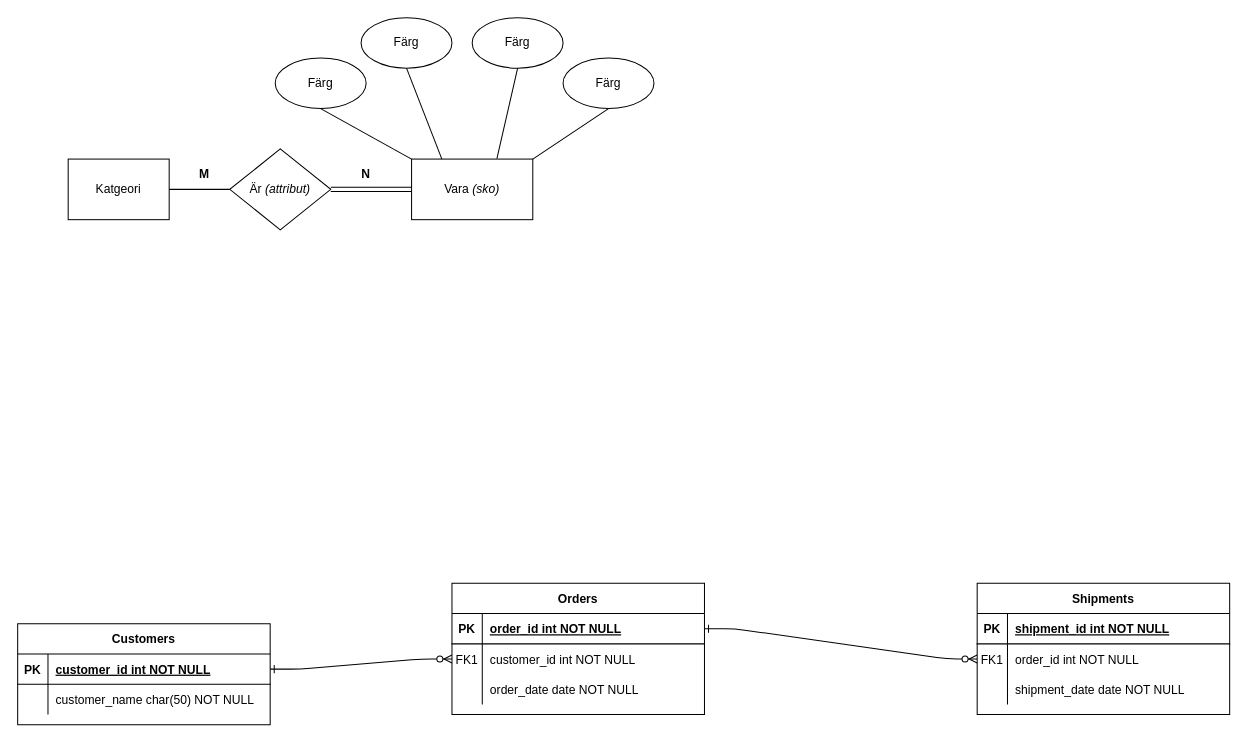
Earlier version of the draw.io diagram Untitled Diagram.drawio (Sondaicus/FP-Uppgift_1). Source tidied: cells renumbered, new cells numbered last; positions are measured from the earlier drawing's top-left corner, leaving out a move shared by most shapes. Both pictures are drawn from the tidied source at 101%, with x=0, y=0 at pixel (17, 17).
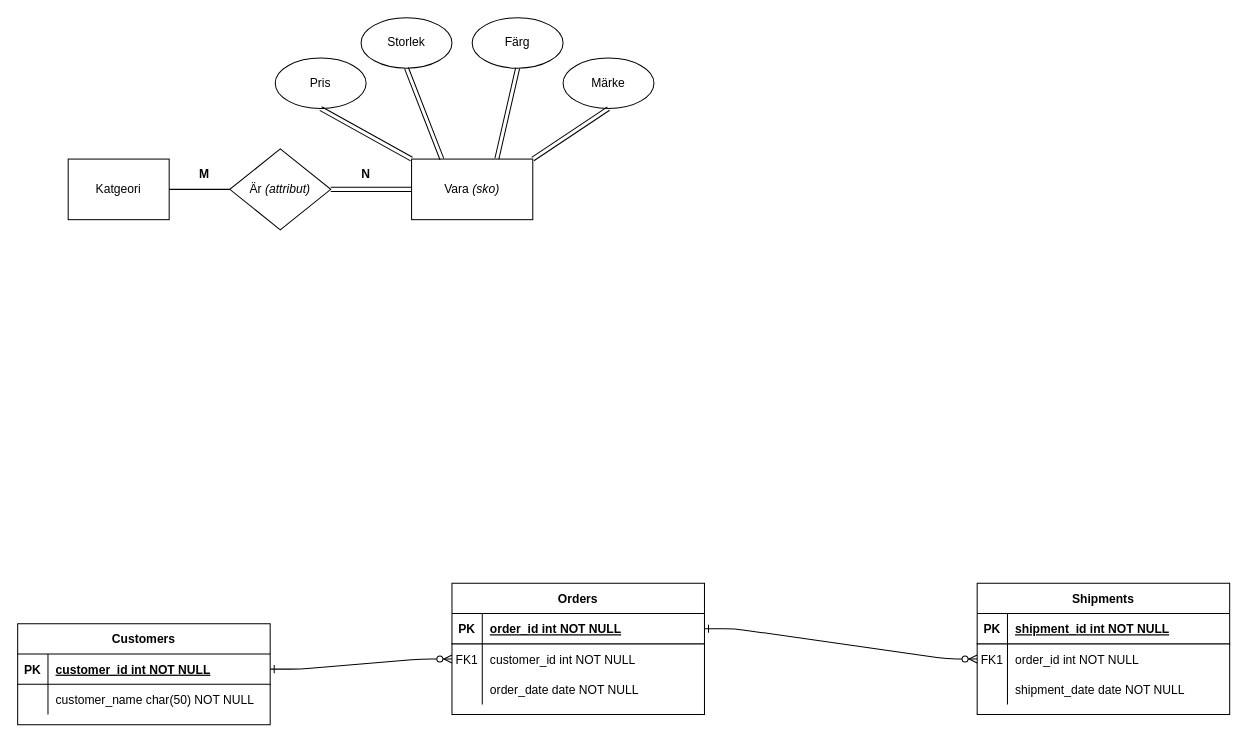
After the change.

The change refers to these unchanged cells:
```xml
<mxCell id="31" value="Vara &lt;i&gt;(sko)&lt;/i&gt;" style="rounded=0;whiteSpace=wrap;html=1;" parent="1" vertex="1">
  <mxGeometry x="390" y="140" width="120" height="60" as="geometry" />
</mxCell>
<mxCell id="36" value="Färg" style="ellipse;whiteSpace=wrap;html=1;" parent="1" vertex="1">
  <mxGeometry x="450" width="90" height="50" as="geometry" />
</mxCell>
```

Change to the diagram source:
```diff
@@
-    <mxCell id="32" value="Färg" style="ellipse;whiteSpace=wrap;html=1;" parent="1" vertex="1">
+    <mxCell id="32" value="Pris" style="ellipse;whiteSpace=wrap;html=1;" parent="1" vertex="1">
       <mxGeometry x="255" y="40" width="90" height="50" as="geometry" />
     </mxCell>
-    <mxCell id="33" style="endArrow=none;html=1;entryX=0.5;entryY=1;entryDx=0;entryDy=0;exitX=0;exitY=0;exitDx=0;exitDy=0;" parent="1" edge="1" source="31" target="32">
+    <mxCell id="33" style="endArrow=none;html=1;entryX=0.5;entryY=1;entryDx=0;entryDy=0;exitX=0;exitY=0;exitDx=0;exitDy=0;shape=link;" parent="1" edge="1" source="31" target="32">
       <mxGeometry relative="1" as="geometry" />
     </mxCell>
-    <mxCell id="34" value="Färg" style="ellipse;whiteSpace=wrap;html=1;" parent="1" vertex="1">
+    <mxCell id="34" value="Storlek" style="ellipse;whiteSpace=wrap;html=1;" parent="1" vertex="1">
       <mxGeometry x="340" width="90" height="50" as="geometry" />
     </mxCell>
-    <mxCell id="35" style="endArrow=none;html=1;entryX=0.5;entryY=1;entryDx=0;entryDy=0;exitX=0.25;exitY=0;exitDx=0;exitDy=0;" parent="1" edge="1" source="31" target="34">
+    <mxCell id="35" style="endArrow=none;html=1;entryX=0.5;entryY=1;entryDx=0;entryDy=0;exitX=0.25;exitY=0;exitDx=0;exitDy=0;shape=link;" parent="1" edge="1" source="31" target="34">
       <mxGeometry relative="1" as="geometry" />
     </mxCell>
@@
-    <mxCell id="37" style="endArrow=none;html=1;entryX=0.5;entryY=1;entryDx=0;entryDy=0;exitX=0.704;exitY=-0.006;exitDx=0;exitDy=0;exitPerimeter=0;" parent="1" edge="1" source="31" target="36">
+    <mxCell id="37" style="endArrow=none;html=1;entryX=0.5;entryY=1;entryDx=0;entryDy=0;exitX=0.704;exitY=-0.006;exitDx=0;exitDy=0;exitPerimeter=0;shape=link;" parent="1" edge="1" source="31" target="36">
       <mxGeometry relative="1" as="geometry" />
     </mxCell>
-    <mxCell id="38" value="Färg" style="ellipse;whiteSpace=wrap;html=1;" parent="1" vertex="1">
+    <mxCell id="38" value="Märke" style="ellipse;whiteSpace=wrap;html=1;" parent="1" vertex="1">
       <mxGeometry x="540" y="40" width="90" height="50" as="geometry" />
     </mxCell>
-    <mxCell id="39" style="endArrow=none;html=1;entryX=0.5;entryY=1;entryDx=0;entryDy=0;exitX=1;exitY=0;exitDx=0;exitDy=0;" parent="1" edge="1" source="31" target="38">
+    <mxCell id="39" style="endArrow=none;html=1;entryX=0.5;entryY=1;entryDx=0;entryDy=0;exitX=1;exitY=0;exitDx=0;exitDy=0;shape=link;" parent="1" edge="1" source="31" target="38">
       <mxGeometry relative="1" as="geometry" />
     </mxCell>
```
